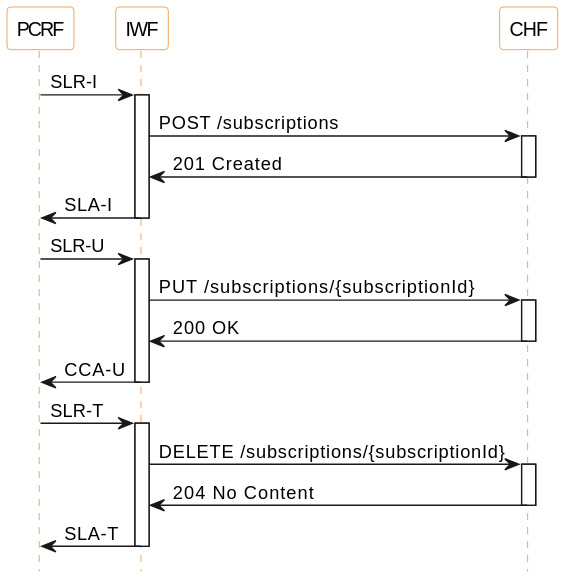
Before: doc/pcrf-iwf-chf-msc.svg, a diagram exported from PlantUML (sigscale/cse).
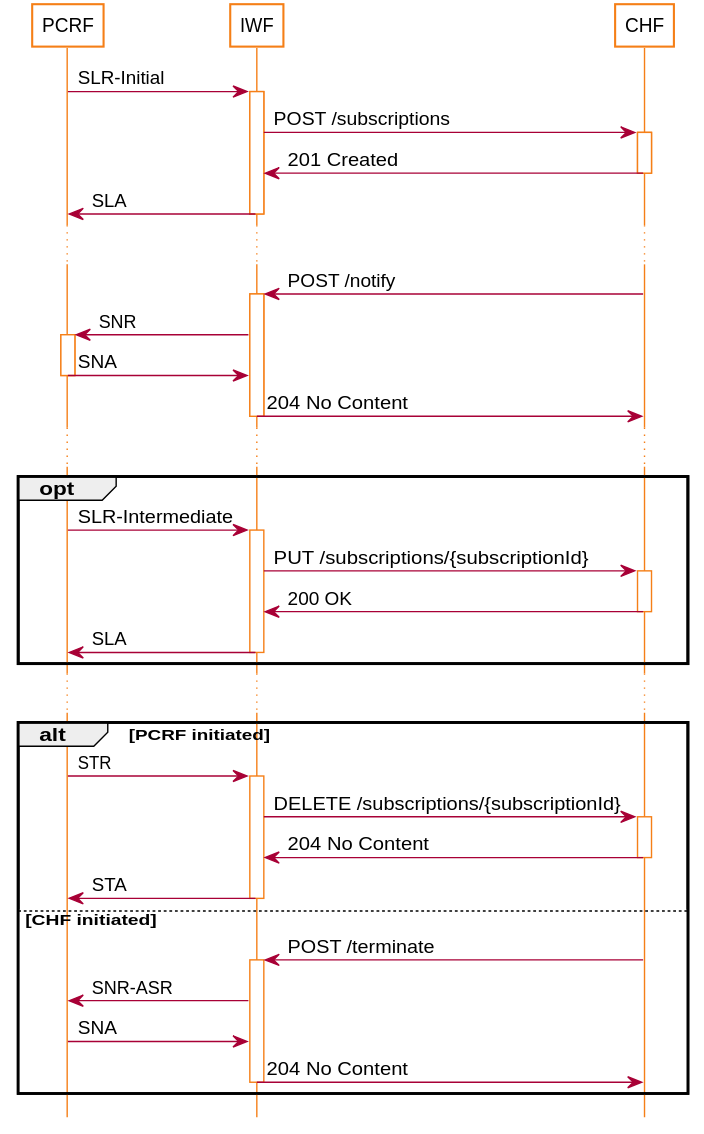
The same file after the commit.

Diff of the diagram source:
```diff
@@ -1,4 +1,5 @@
 @startuml
+
 skinparam shadowing false
 skinparam sequence {
 ParticipantBorderColor #f57f17
@@ -11,30 +12,51 @@
 participant CHF as chf
 hide footbox
 
-pcrf -> iwf : SLR-I
+pcrf -> iwf : SLR-Initial
 activate iwf
 iwf -> chf : POST /subscriptions
 activate chf
 iwf <- chf : 201 Created
 deactivate chf
-pcrf <- iwf : SLA-I
+pcrf <- iwf : SLA
 deactivate iwf
-
-pcrf -> iwf : SLR-U
+...
+iwf <- chf : POST /notify
+activate iwf
+pcrf <- iwf : SNR
+activate pcrf
+pcrf -> iwf : SNA
+deactivate pcrf
+iwf -> chf : 204 No Content
+deactivate iwf
+...
+opt
+pcrf -> iwf : SLR-Intermediate
 activate iwf
 iwf -> chf : PUT /subscriptions/{subscriptionId}
 activate chf
 iwf <- chf : 200 OK
 deactivate chf
-pcrf <- iwf : CCA-U
+pcrf <- iwf : SLA
 deactivate iwf
-
-pcrf -> iwf : SLR-T
+end
+...
+alt PCRF initiated
+pcrf -> iwf : STR
 activate iwf
 iwf -> chf : DELETE /subscriptions/{subscriptionId}
 activate chf
 iwf <- chf : 204 No Content
 deactivate chf
-pcrf <- iwf : SLA-T
+pcrf <- iwf : STA
 deactivate iwf
+else CHF initiated
+iwf <- chf : POST /terminate
+activate iwf
+pcrf <- iwf : SNR-ASR
+pcrf -> iwf : SNA
+iwf -> chf : 204 No Content
+deactivate iwf
+end
+
 @enduml
```
